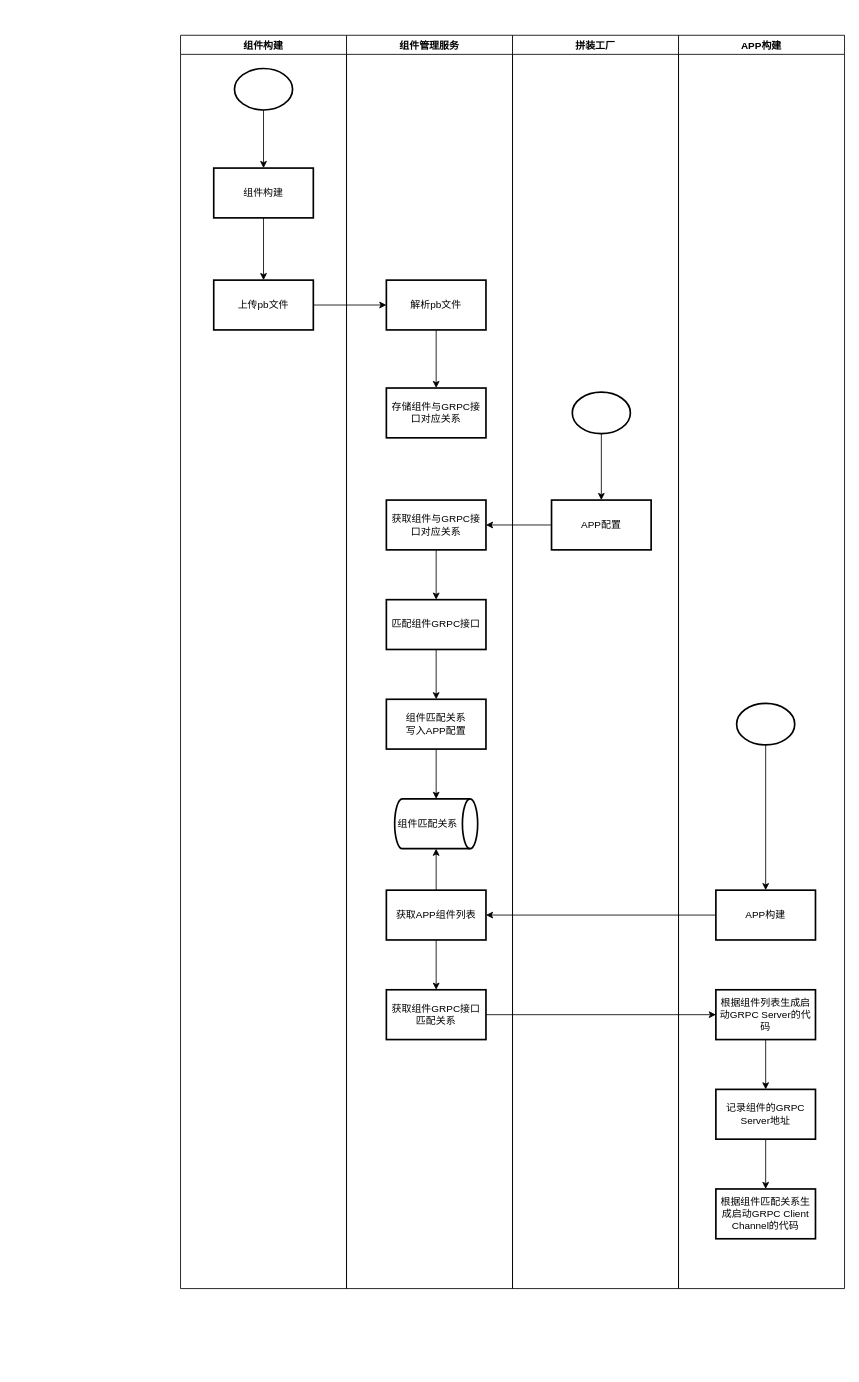
Earlier version of the draw.io diagram page "grpc接口治理" (22 of 22) of nd-apf.drawio (kwhitestone/drawio). Source tidied: cells renumbered, new cells numbered last; positions are measured from the earlier drawing's top-left corner, leaving out a move shared by most shapes. Both pictures are drawn from the tidied source at 83%, with x=0, y=0 at pixel (180, 35).
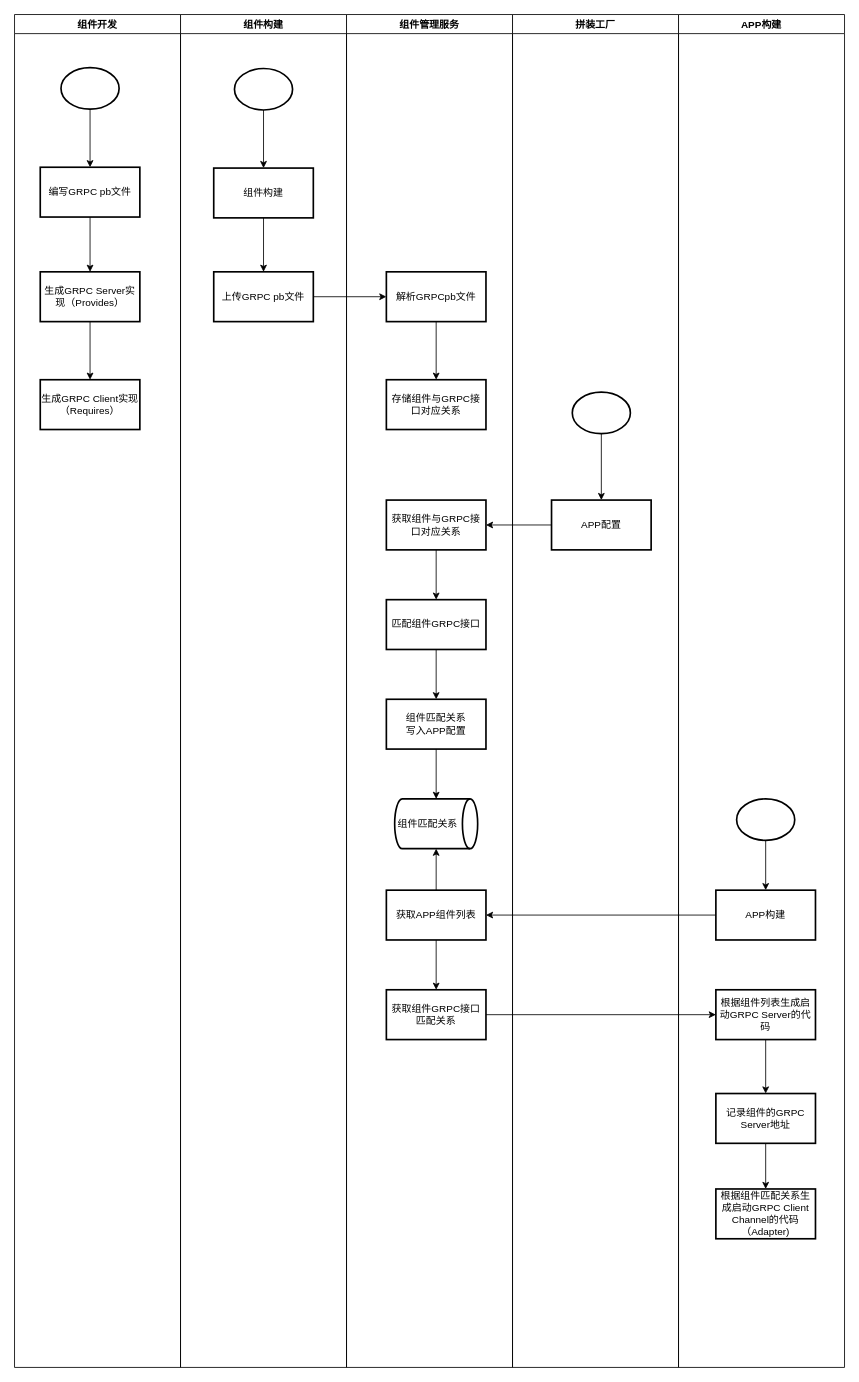
The same diagram, later.

What changed in the source:
```diff
@@
-    <mxCell id="7" value="上传pb文件" style="whiteSpace=wrap;html=1;strokeWidth=2;" parent="1" vertex="1">
-      <mxGeometry x="40" y="295" width="120" height="60" as="geometry" />
-    </mxCell>
-    <mxCell id="8" style="edgeStyle=orthogonalEdgeStyle;rounded=0;jettySize=auto;html=1;" parent="1" edge="1" source="9" target="10">
-      <mxGeometry relative="1" as="geometry" />
-    </mxCell>
-    <mxCell id="9" value="解析pb文件" style="whiteSpace=wrap;html=1;strokeWidth=2;" parent="1" vertex="1">
-      <mxGeometry x="248" y="295" width="120" height="60" as="geometry" />
-    </mxCell>
-    <mxCell id="10" value="存储组件与GRPC接口对应关系" style="whiteSpace=wrap;html=1;strokeWidth=2;" parent="1" vertex="1">
-      <mxGeometry x="248" y="425" width="120" height="60" as="geometry" />
-    </mxCell>
@@
-    <mxCell id="31" value="记录组件的GRPC Server地址" style="whiteSpace=wrap;html=1;strokeWidth=2;" parent="1" vertex="1">
-      <mxGeometry x="645" y="1270" width="120" height="60" as="geometry" />
-    </mxCell>
-    <mxCell id="32" value="根据组件匹配关系生成启动GRPC Client Channel的代码" style="whiteSpace=wrap;html=1;strokeWidth=2;" parent="1" vertex="1">
+    <mxCell id="32" value="根据组件匹配关系生成启动GRPC Client Channel的代码&lt;br&gt;（Adapter)" style="whiteSpace=wrap;html=1;strokeWidth=2;" parent="1" vertex="1">
       <mxGeometry x="645" y="1390" width="120" height="60" as="geometry" />
     </mxCell>
@@
-    <mxCell id="34" style="strokeWidth=2;html=1;shape=mxgraph.flowchart.start_2;whiteSpace=wrap;" parent="1" vertex="1">
-      <mxGeometry x="670" y="805" width="70" height="50" as="geometry" />
-    </mxCell>
@@
     <mxCell id="36" value="组件构建" style="swimlane;" parent="1" vertex="1">
-      <mxGeometry width="200" height="1510" as="geometry" />
+      <mxGeometry y="-25" width="200" height="1630" as="geometry" />
     </mxCell>
+    <mxCell id="7" value="上传GRPC&amp;nbsp;pb文件" style="whiteSpace=wrap;html=1;strokeWidth=2;" parent="36" vertex="1">
+      <mxGeometry x="40" y="310" width="120" height="60" as="geometry" />
+    </mxCell>
     <mxCell id="37" value="组件管理服务" style="swimlane;" parent="1" vertex="1">
-      <mxGeometry x="200" width="200" height="1510" as="geometry" />
+      <mxGeometry x="200" y="-25" width="200" height="1630" as="geometry" />
     </mxCell>
+    <mxCell id="9" value="解析GRPCpb文件" style="whiteSpace=wrap;html=1;strokeWidth=2;" parent="37" vertex="1">
+      <mxGeometry x="48" y="310" width="120" height="60" as="geometry" />
+    </mxCell>
+    <mxCell id="10" value="存储组件与GRPC接口对应关系" style="whiteSpace=wrap;html=1;strokeWidth=2;" parent="37" vertex="1">
+      <mxGeometry x="48" y="440" width="120" height="60" as="geometry" />
+    </mxCell>
+    <mxCell id="8" style="edgeStyle=orthogonalEdgeStyle;rounded=0;jettySize=auto;html=1;" parent="37" edge="1" source="9" target="10">
+      <mxGeometry relative="1" as="geometry" />
+    </mxCell>
     <mxCell id="38" value="拼装工厂" style="swimlane;" parent="1" vertex="1">
-      <mxGeometry x="400" width="200" height="1510" as="geometry" />
+      <mxGeometry x="400" y="-25" width="200" height="1630" as="geometry" />
     </mxCell>
     <mxCell id="39" value="APP构建" style="swimlane;" parent="1" vertex="1">
-      <mxGeometry x="600" width="200" height="1510" as="geometry" />
+      <mxGeometry x="600" y="-25" width="200" height="1630" as="geometry" />
     </mxCell>
+    <mxCell id="34" style="strokeWidth=2;html=1;shape=mxgraph.flowchart.start_2;whiteSpace=wrap;" parent="39" vertex="1">
+      <mxGeometry x="70" y="945" width="70" height="50" as="geometry" />
+    </mxCell>
+    <mxCell id="31" value="记录组件的GRPC Server地址" style="whiteSpace=wrap;html=1;strokeWidth=2;" parent="39" vertex="1">
+      <mxGeometry x="45" y="1300" width="120" height="60" as="geometry" />
+    </mxCell>
+    <mxCell id="40" value="组件开发" style="swimlane;" parent="1" vertex="1">
+      <mxGeometry x="-200" y="-25" width="200" height="1630" as="geometry" />
+    </mxCell>
+    <mxCell id="41" style="edgeStyle=orthogonalEdgeStyle;rounded=0;jettySize=auto;html=1;entryX=0.5;entryY=0;entryDx=0;entryDy=0;" parent="40" edge="1" source="42" target="44">
+      <mxGeometry relative="1" as="geometry" />
+    </mxCell>
+    <mxCell id="42" style="strokeWidth=2;html=1;shape=mxgraph.flowchart.start_2;whiteSpace=wrap;" parent="40" vertex="1">
+      <mxGeometry x="56" y="64" width="70" height="50" as="geometry" />
+    </mxCell>
+    <mxCell id="43" style="edgeStyle=orthogonalEdgeStyle;rounded=0;jettySize=auto;html=1;entryX=0.5;entryY=0;entryDx=0;entryDy=0;" parent="40" edge="1" source="44" target="46">
+      <mxGeometry relative="1" as="geometry" />
+    </mxCell>
+    <mxCell id="44" value="编写GRPC pb文件" style="whiteSpace=wrap;html=1;strokeWidth=2;" parent="40" vertex="1">
+      <mxGeometry x="31" y="184" width="120" height="60" as="geometry" />
+    </mxCell>
+    <mxCell id="45" style="edgeStyle=orthogonalEdgeStyle;rounded=0;jettySize=auto;html=1;entryX=0.5;entryY=0;entryDx=0;entryDy=0;" parent="40" edge="1" source="46" target="47">
+      <mxGeometry relative="1" as="geometry" />
+    </mxCell>
+    <mxCell id="46" value="生成GRPC Server实现（Provides）" style="whiteSpace=wrap;html=1;strokeWidth=2;" parent="40" vertex="1">
+      <mxGeometry x="31" y="310" width="120" height="60" as="geometry" />
+    </mxCell>
+    <mxCell id="47" value="生成GRPC Client实现（Requires）" style="whiteSpace=wrap;html=1;strokeWidth=2;" parent="40" vertex="1">
+      <mxGeometry x="31" y="440" width="120" height="60" as="geometry" />
+    </mxCell>
```
